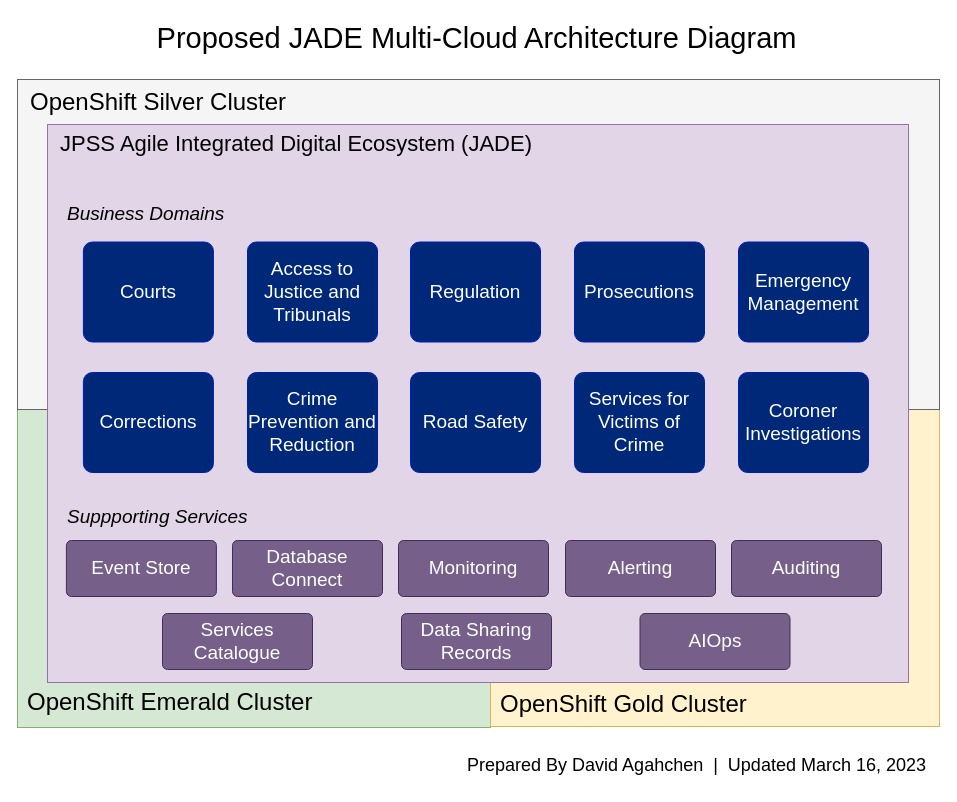
bcgov/jpss-jade-ccm keeps this draw.io diagram as diagrams/jade_multicloud_architecture_diagram.drawio. Above is the earlier version. Source tidied: cells renumbered, new cells numbered last; positions are measured from the earlier drawing's top-left corner, leaving out a move shared by most shapes. Both pictures are drawn from the tidied source at 100%, with x=0, y=0 at pixel (17, 17).
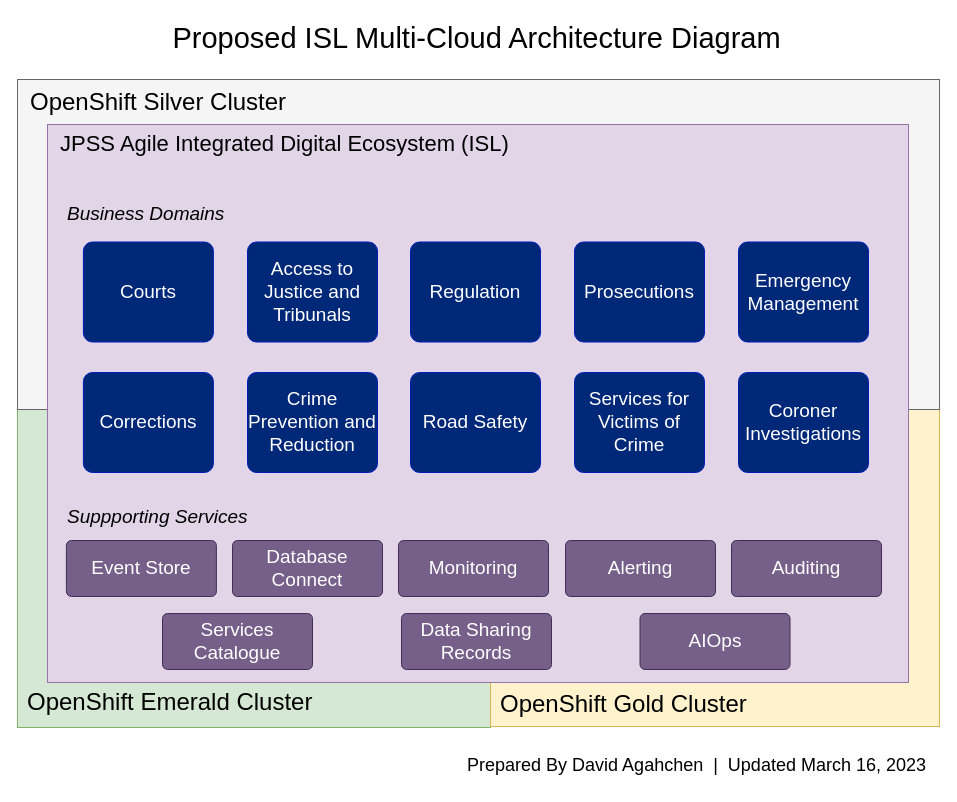
The same page after the edit.

Diff of the diagram source:
```diff
@@
-    <mxCell id="6" value="&lt;span style=&quot;font-weight: 400 ; font-size: 29px&quot;&gt;Proposed JADE Multi-Cloud Architecture Diagram&lt;/span&gt;" style="text;strokeColor=none;fillColor=none;html=1;fontSize=29;fontStyle=1;verticalAlign=middle;align=center;rounded=1;labelBackgroundColor=none;fontColor=#000000;" parent="1" vertex="1">
+    <mxCell id="6" value="&lt;span style=&quot;font-weight: 400 ; font-size: 29px&quot;&gt;Proposed ISL Multi-Cloud Architecture Diagram&lt;/span&gt;" style="text;strokeColor=none;fillColor=none;html=1;fontSize=29;fontStyle=1;verticalAlign=middle;align=center;rounded=1;labelBackgroundColor=none;fontColor=#000000;" parent="1" vertex="1">
       <mxGeometry x="193.9" width="530" height="42" as="geometry" />
     </mxCell>
@@
-    <mxCell id="8" value="&lt;span style=&quot;font-weight: 400; font-size: 22px;&quot;&gt;JPSS Agile Integrated Digital Ecosystem (JADE)&lt;/span&gt;" style="text;strokeColor=none;fillColor=none;html=1;fontSize=22;fontStyle=1;verticalAlign=middle;align=left;rounded=1;labelBackgroundColor=none;fontColor=#000000;" parent="1" vertex="1">
+    <mxCell id="8" value="&lt;span style=&quot;font-weight: 400; font-size: 22px;&quot;&gt;JPSS Agile Integrated Digital Ecosystem (ISL)&lt;/span&gt;" style="text;strokeColor=none;fillColor=none;html=1;fontSize=22;fontStyle=1;verticalAlign=middle;align=left;rounded=1;labelBackgroundColor=none;fontColor=#000000;" parent="1" vertex="1">
       <mxGeometry x="41" y="104" width="525" height="45" as="geometry" />
     </mxCell>
```
